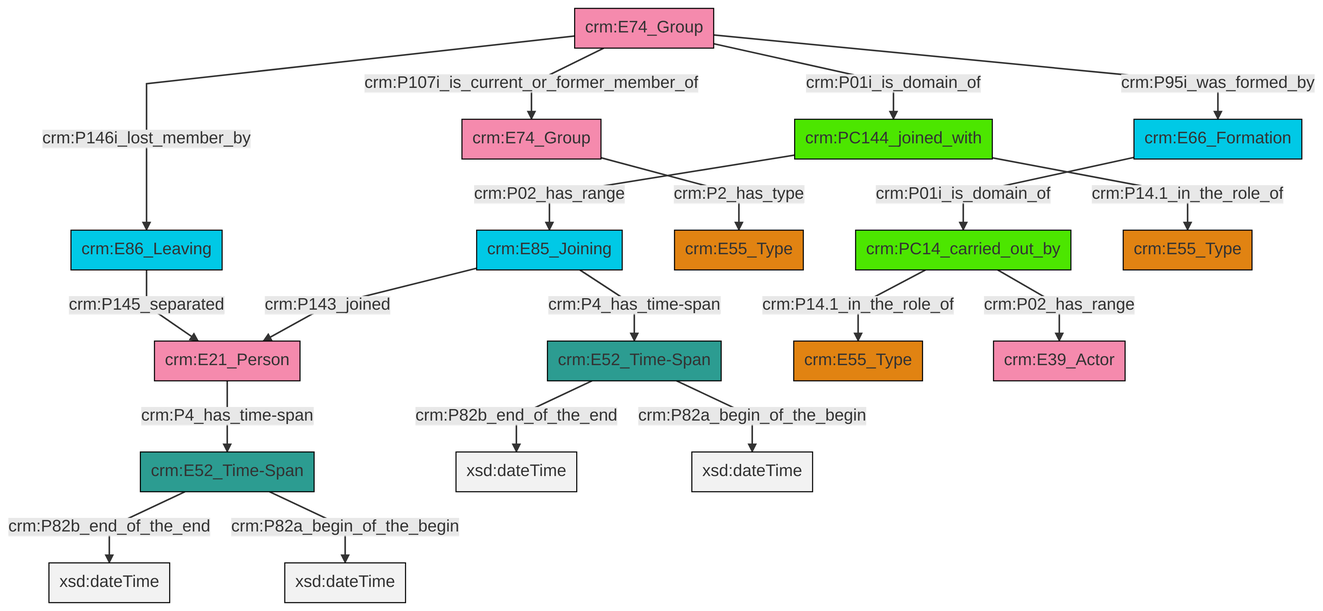
Before: et/groupCSV/ttl/mmd/png/group_actor_relations.png, a diagram exported from Mermaid (swiss-art-research-net/docs.swissartresearch). Its source is kept beside it as et/groupCSV/ttl/mmd/group_actor_relations.ttl.mmd.
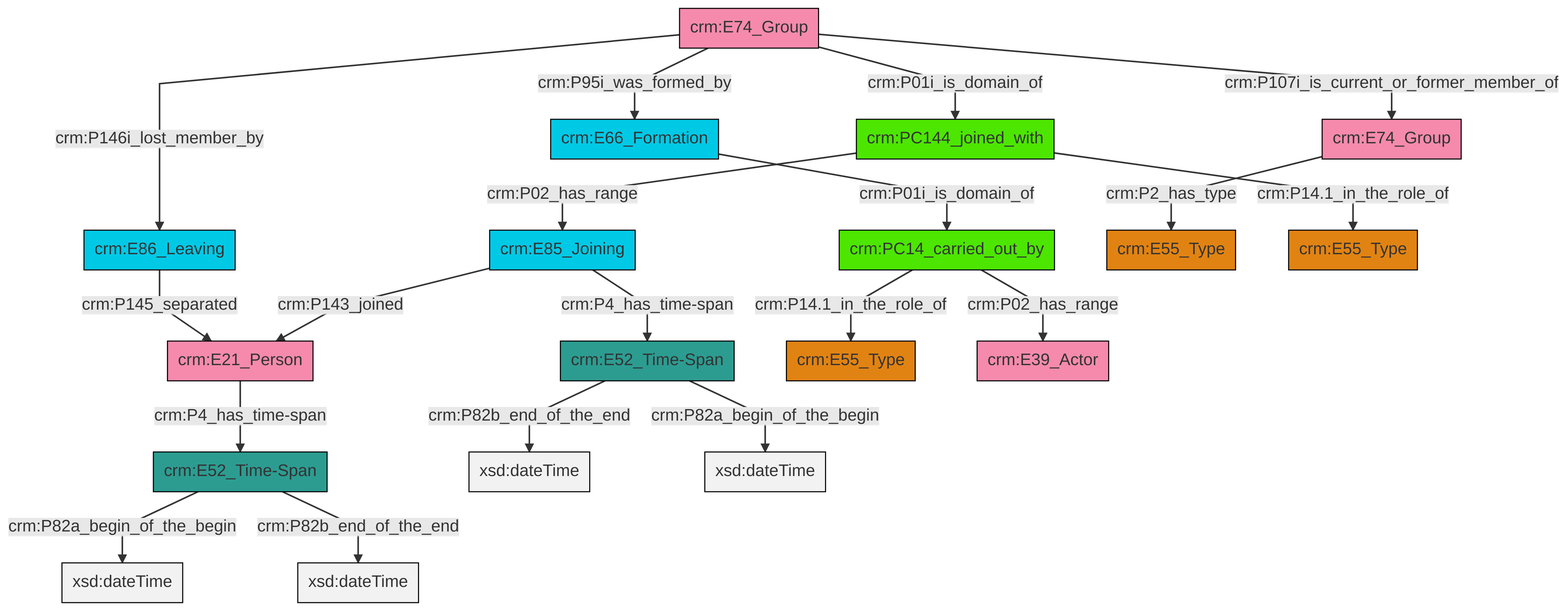
Later version of the same file.

Diff of the diagram source:
```diff
@@ -13,21 +13,21 @@
 classDef PC_Classes fill:#4ce600, stroke:#000000;
 classDef Multi fill:#cccccc,stroke:#000000;
 
-2["crm:E85_Joining"]:::Temporal_Entity -->|crm:P4_has_time-span| 3["crm:E52_Time-Span"]:::Time-Span
-2["crm:E85_Joining"]:::Temporal_Entity -->|crm:P143_joined| 7["crm:E21_Person"]:::Actor
-8["crm:E74_Group"]:::Actor -->|crm:P107i_is_current_or_former_member_of| 9["crm:E74_Group"]:::Actor
-0["crm:PC14_carried_out_by"]:::PC_Classes -->|crm:P14.1_in_the_role_of| 10["crm:E55_Type"]:::Type
-3["crm:E52_Time-Span"]:::Time-Span -->|crm:P82b_end_of_the_end| 17[xsd:dateTime]:::Literal
-5["crm:E52_Time-Span"]:::Time-Span -->|crm:P82b_end_of_the_end| 18[xsd:dateTime]:::Literal
-0["crm:PC14_carried_out_by"]:::PC_Classes -->|crm:P02_has_range| 19["crm:E39_Actor"]:::Actor
-22["crm:E66_Formation"]:::Temporal_Entity -->|crm:P01i_is_domain_of| 0["crm:PC14_carried_out_by"]:::PC_Classes
-13["crm:PC144_joined_with"]:::PC_Classes -->|crm:P02_has_range| 2["crm:E85_Joining"]:::Temporal_Entity
-9["crm:E74_Group"]:::Actor -->|crm:P2_has_type| 11["crm:E55_Type"]:::Type
-3["crm:E52_Time-Span"]:::Time-Span -->|crm:P82a_begin_of_the_begin| 28[xsd:dateTime]:::Literal
-5["crm:E52_Time-Span"]:::Time-Span -->|crm:P82a_begin_of_the_begin| 29[xsd:dateTime]:::Literal
-8["crm:E74_Group"]:::Actor -->|crm:P146i_lost_member_by| 20["crm:E86_Leaving"]:::Temporal_Entity
-20["crm:E86_Leaving"]:::Temporal_Entity -->|crm:P145_separated| 7["crm:E21_Person"]:::Actor
-8["crm:E74_Group"]:::Actor -->|crm:P95i_was_formed_by| 22["crm:E66_Formation"]:::Temporal_Entity
-7["crm:E21_Person"]:::Actor -->|crm:P4_has_time-span| 5["crm:E52_Time-Span"]:::Time-Span
-8["crm:E74_Group"]:::Actor -->|crm:P01i_is_domain_of| 13["crm:PC144_joined_with"]:::PC_Classes
-13["crm:PC144_joined_with"]:::PC_Classes -->|crm:P14.1_in_the_role_of| 26["crm:E55_Type"]:::Type
+0["crm:E66_Formation"]:::Temporal_Entity -->|crm:P01i_is_domain_of| 1["crm:PC14_carried_out_by"]:::PC_Classes
+12["crm:E74_Group"]:::Actor -->|crm:P146i_lost_member_by| 4["crm:E86_Leaving"]:::Temporal_Entity
+14["crm:E85_Joining"]:::Temporal_Entity -->|crm:P4_has_time-span| 8["crm:E52_Time-Span"]:::Time-Span
+12["crm:E74_Group"]:::Actor -->|crm:P107i_is_current_or_former_member_of| 15["crm:E74_Group"]:::Actor
+6["crm:E21_Person"]:::Actor -->|crm:P4_has_time-span| 10["crm:E52_Time-Span"]:::Time-Span
+12["crm:E74_Group"]:::Actor -->|crm:P95i_was_formed_by| 0["crm:E66_Formation"]:::Temporal_Entity
+15["crm:E74_Group"]:::Actor -->|crm:P2_has_type| 16["crm:E55_Type"]:::Type
+8["crm:E52_Time-Span"]:::Time-Span -->|crm:P82b_end_of_the_end| 19[xsd:dateTime]:::Literal
+1["crm:PC14_carried_out_by"]:::PC_Classes -->|crm:P02_has_range| 26["crm:E39_Actor"]:::Actor
+8["crm:E52_Time-Span"]:::Time-Span -->|crm:P82a_begin_of_the_begin| 27[xsd:dateTime]:::Literal
+10["crm:E52_Time-Span"]:::Time-Span -->|crm:P82a_begin_of_the_begin| 28[xsd:dateTime]:::Literal
+12["crm:E74_Group"]:::Actor -->|crm:P01i_is_domain_of| 2["crm:PC144_joined_with"]:::PC_Classes
+2["crm:PC144_joined_with"]:::PC_Classes -->|crm:P02_has_range| 14["crm:E85_Joining"]:::Temporal_Entity
+4["crm:E86_Leaving"]:::Temporal_Entity -->|crm:P145_separated| 6["crm:E21_Person"]:::Actor
+10["crm:E52_Time-Span"]:::Time-Span -->|crm:P82b_end_of_the_end| 31[xsd:dateTime]:::Literal
+14["crm:E85_Joining"]:::Temporal_Entity -->|crm:P143_joined| 6["crm:E21_Person"]:::Actor
+1["crm:PC14_carried_out_by"]:::PC_Classes -->|crm:P14.1_in_the_role_of| 20["crm:E55_Type"]:::Type
+2["crm:PC144_joined_with"]:::PC_Classes -->|crm:P14.1_in_the_role_of| 22["crm:E55_Type"]:::Type
```
